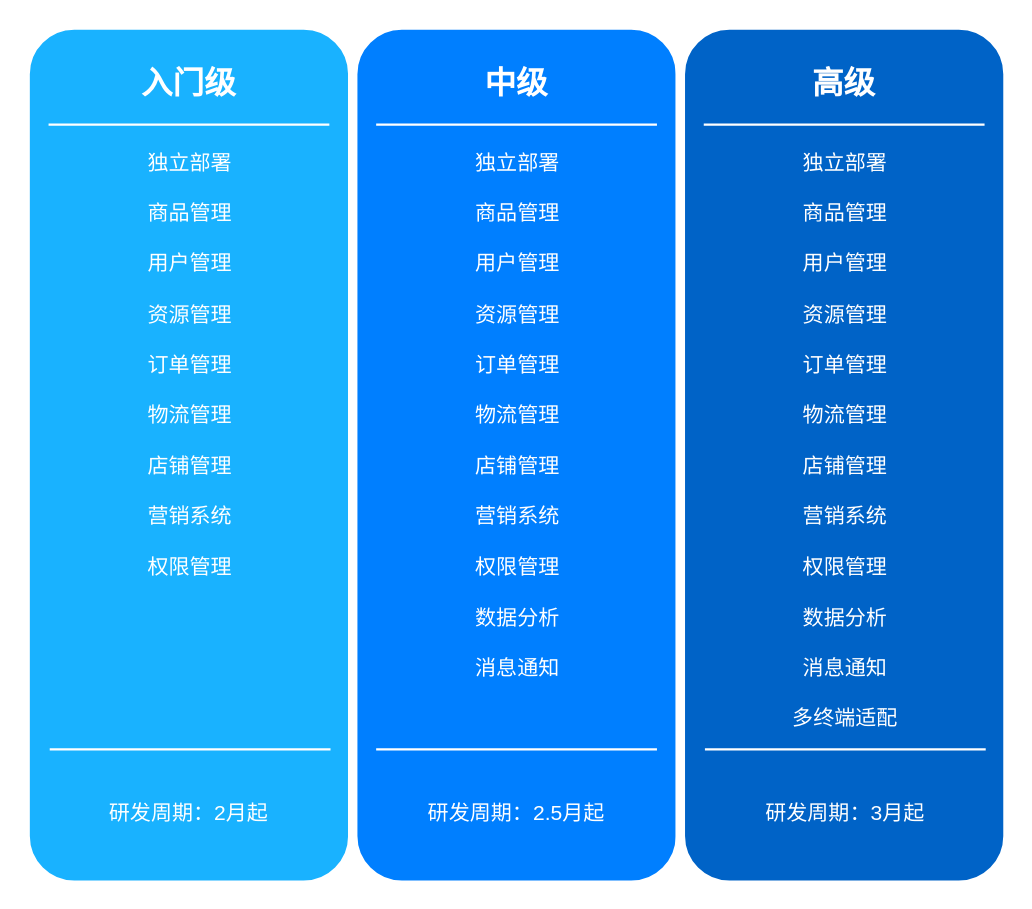
Before: 商城架构分级图.drawio in xiaoming728/draw, a draw.io diagram. Source tidied: cells renumbered, new cells numbered last; positions are measured from the earlier drawing's top-left corner, leaving out a move shared by most shapes. Both pictures are drawn from the tidied source at 117%, with x=0, y=0 at pixel (25, 25).
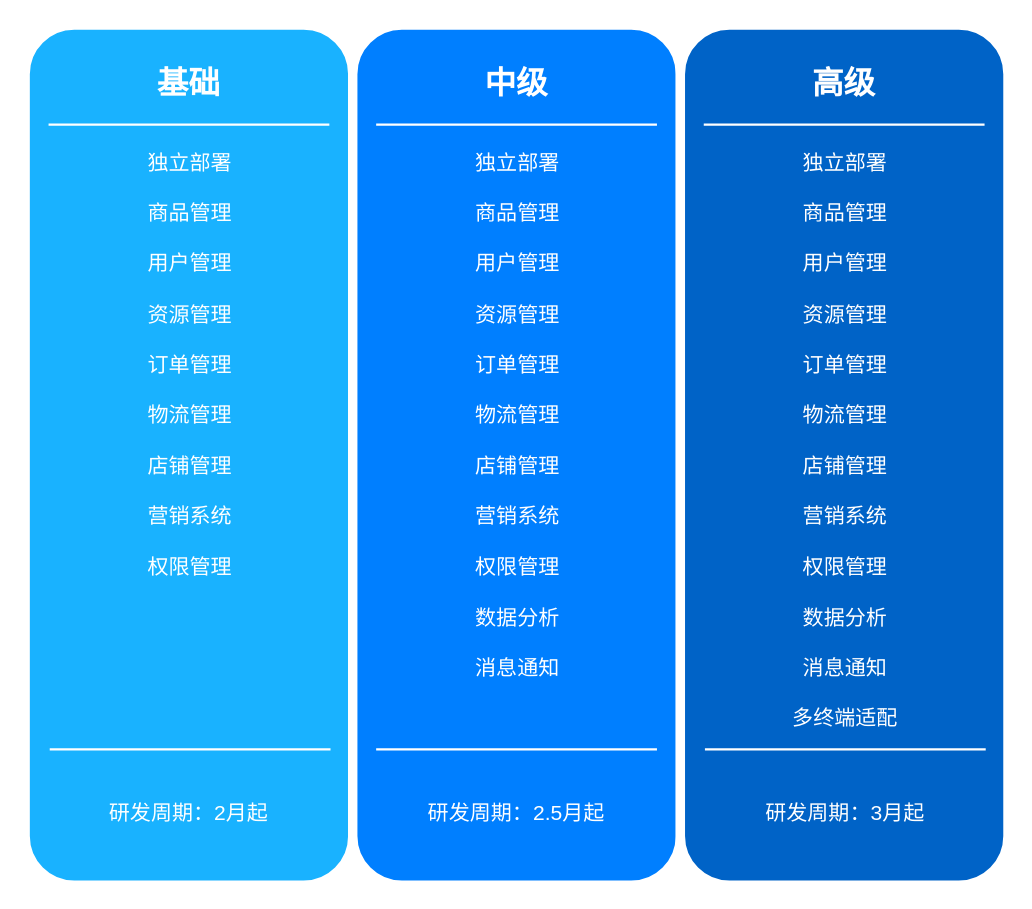
Above is the later version.

Commit message:
更新商城架构分级图.drawio

What changed in the source:
```diff
@@
 <mxGraphModel>
   <root>
     <mxCell id="0" />
     <mxCell id="1" parent="0" />
     <mxCell id="2" style="whiteSpace=wrap;html=1;rounded=1;shadow=0;strokeWidth=8;fontSize=20;align=center;fillColor=#19b2ff;strokeColor=#FFFFFF;" parent="1" vertex="1">
       <mxGeometry width="280" height="735" as="geometry" />
     </mxCell>
-    <mxCell id="3" value="入门级" style="text;html=1;strokeColor=none;fillColor=none;align=center;verticalAlign=middle;whiteSpace=wrap;rounded=0;shadow=0;fontSize=27;fontColor=#FFFFFF;fontStyle=1;" parent="1" vertex="1">
+    <mxCell id="3" value="基础" style="text;html=1;strokeColor=none;fillColor=none;align=center;verticalAlign=middle;whiteSpace=wrap;rounded=0;shadow=0;fontSize=27;fontColor=#FFFFFF;fontStyle=1;" parent="1" vertex="1">
       <mxGeometry y="20" width="280" height="60" as="geometry" />
     </mxCell>
     <mxCell id="4" style="line;strokeWidth=2;html=1;rounded=0;shadow=0;fontSize=27;align=center;fillColor=none;strokeColor=#FFFFFF;" parent="1" vertex="1">
       <mxGeometry x="20" y="80" width="240" height="10" as="geometry" />
     </mxCell>
     <mxCell id="5" style="whiteSpace=wrap;html=1;rounded=1;shadow=0;strokeWidth=8;fontSize=20;align=center;fillColor=#007fff;strokeColor=#FFFFFF;" parent="1" vertex="1">
       <mxGeometry x="280" width="280" height="735" as="geometry" />
     </mxCell>
     <mxCell id="6" value="中级" style="text;html=1;strokeColor=none;fillColor=none;align=center;verticalAlign=middle;whiteSpace=wrap;rounded=0;shadow=0;fontSize=27;fontColor=#FFFFFF;fontStyle=1;" parent="1" vertex="1">
       <mxGeometry x="280" y="20" width="280" height="60" as="geometry" />
     </mxCell>
     <mxCell id="7" style="line;strokeWidth=2;html=1;rounded=0;shadow=0;fontSize=27;align=center;fillColor=none;strokeColor=#FFFFFF;" parent="1" vertex="1">
       <mxGeometry x="300" y="80" width="240" height="10" as="geometry" />
     </mxCell>
     <mxCell id="8" style="whiteSpace=wrap;html=1;rounded=1;shadow=0;strokeWidth=8;fontSize=20;align=center;fillColor=#0063C7;strokeColor=#FFFFFF;" parent="1" vertex="1">
       <mxGeometry x="560" width="280" height="735" as="geometry" />
     </mxCell>
     <mxCell id="9" value="高级" style="text;html=1;strokeColor=none;fillColor=none;align=center;verticalAlign=middle;whiteSpace=wrap;rounded=0;shadow=0;fontSize=27;fontColor=#FFFFFF;fontStyle=1;" parent="1" vertex="1">
       <mxGeometry x="560" y="20" width="280" height="60" as="geometry" />
     </mxCell>
     <mxCell id="10" style="line;strokeWidth=2;html=1;rounded=0;shadow=0;fontSize=27;align=center;fillColor=none;strokeColor=#FFFFFF;" parent="1" vertex="1">
       <mxGeometry x="580" y="80" width="240" height="10" as="geometry" />
     </mxCell>
     <mxCell id="11" value="独立部署&lt;br style=&quot;border-color: var(--border-color); font-size: 18px;&quot;&gt;&lt;br style=&quot;border-color: var(--border-color); font-size: 18px;&quot;&gt;商品管理&lt;br&gt;&lt;br&gt;用户管理&lt;br style=&quot;border-color: var(--border-color);&quot;&gt;&lt;br style=&quot;border-color: var(--border-color);&quot;&gt;资源管理&lt;br style=&quot;border-color: var(--border-color); font-size: 18px;&quot;&gt;&lt;br style=&quot;border-color: var(--border-color); font-size: 18px;&quot;&gt;订单管理&lt;br&gt;&lt;br style=&quot;border-color: var(--border-color);&quot;&gt;物流管理&lt;br style=&quot;border-color: var(--border-color); font-size: 18px;&quot;&gt;&lt;br style=&quot;border-color: var(--border-color); font-size: 18px;&quot;&gt;店铺管理&lt;br style=&quot;border-color: var(--border-color); font-size: 18px;&quot;&gt;&lt;br&gt;营销系统&lt;br style=&quot;border-color: var(--border-color);&quot;&gt;&lt;br style=&quot;border-color: var(--border-color); font-size: 18px;&quot;&gt;权限管理&lt;div&gt;&lt;br&gt;&lt;/div&gt;" style="text;html=1;strokeColor=none;fillColor=none;align=center;verticalAlign=top;whiteSpace=wrap;rounded=0;shadow=0;fontSize=18;fontColor=#FFFFFF;" parent="1" vertex="1">
       <mxGeometry x="1" y="101" width="280" height="295" as="geometry" />
     </mxCell>
     <mxCell id="12" value="独立部署&lt;br style=&quot;border-color: var(--border-color); font-size: 18px;&quot;&gt;&lt;br style=&quot;border-color: var(--border-color); font-size: 18px;&quot;&gt;商品管理&lt;br&gt;&lt;br&gt;用户管理&lt;br style=&quot;border-color: var(--border-color);&quot;&gt;&lt;br style=&quot;border-color: var(--border-color);&quot;&gt;资源管理&lt;br style=&quot;border-color: var(--border-color); font-size: 18px;&quot;&gt;&lt;br style=&quot;border-color: var(--border-color); font-size: 18px;&quot;&gt;订单管理&lt;br&gt;&lt;br style=&quot;border-color: var(--border-color);&quot;&gt;物流管理&lt;br style=&quot;border-color: var(--border-color); font-size: 18px;&quot;&gt;&lt;br&gt;店铺管理&lt;br&gt;&lt;br&gt;营销系统&lt;br style=&quot;border-color: var(--border-color);&quot;&gt;&lt;br style=&quot;border-color: var(--border-color); font-size: 18px;&quot;&gt;权限管理&lt;br style=&quot;font-size: 18px;&quot;&gt;&lt;br style=&quot;font-size: 18px;&quot;&gt;数据分析&lt;br&gt;&lt;br&gt;消息通知" style="text;html=1;strokeColor=none;fillColor=none;align=center;verticalAlign=top;whiteSpace=wrap;rounded=0;shadow=0;fontSize=18;fontColor=#FFFFFF;" parent="1" vertex="1">
       <mxGeometry x="281" y="101" width="280" height="295" as="geometry" />
     </mxCell>
     <mxCell id="13" value="独立部署&lt;br style=&quot;border-color: var(--border-color); font-size: 18px;&quot;&gt;&lt;br style=&quot;border-color: var(--border-color); font-size: 18px;&quot;&gt;商品管理&lt;br&gt;&lt;br&gt;用户管理&lt;br&gt;&lt;br&gt;资源管理&lt;br style=&quot;border-color: var(--border-color); font-size: 18px;&quot;&gt;&lt;br style=&quot;border-color: var(--border-color); font-size: 18px;&quot;&gt;订单管理&lt;br&gt;&lt;br&gt;物流管理&lt;br style=&quot;border-color: var(--border-color); font-size: 18px;&quot;&gt;&lt;br style=&quot;border-color: var(--border-color); font-size: 18px;&quot;&gt;店铺管理&lt;br style=&quot;border-color: var(--border-color);&quot;&gt;&lt;br&gt;营销系统&lt;br style=&quot;border-color: var(--border-color); font-size: 18px;&quot;&gt;&lt;br style=&quot;border-color: var(--border-color); font-size: 18px;&quot;&gt;权限管理&lt;br style=&quot;font-size: 18px;&quot;&gt;&lt;br style=&quot;font-size: 18px;&quot;&gt;数据分析&lt;br&gt;&lt;br&gt;消息通知&lt;br style=&quot;border-color: var(--border-color);&quot;&gt;&lt;br&gt;多终端适配&lt;div&gt;&lt;br&gt;&lt;/div&gt;" style="text;html=1;strokeColor=none;fillColor=none;align=center;verticalAlign=top;whiteSpace=wrap;rounded=0;shadow=0;fontSize=18;fontColor=#FFFFFF;" parent="1" vertex="1">
       <mxGeometry x="561" y="101" width="280" height="294" as="geometry" />
     </mxCell>
     <mxCell id="14" style="line;strokeWidth=2;html=1;rounded=0;shadow=0;fontSize=27;align=center;fillColor=none;strokeColor=#FFFFFF;" parent="1" vertex="1">
       <mxGeometry x="21" y="614" width="240" height="10" as="geometry" />
     </mxCell>
     <mxCell id="15" style="line;strokeWidth=2;html=1;rounded=0;shadow=0;fontSize=27;align=center;fillColor=none;strokeColor=#FFFFFF;" parent="1" vertex="1">
       <mxGeometry x="581" y="614" width="240" height="10" as="geometry" />
     </mxCell>
     <mxCell id="16" style="line;strokeWidth=2;html=1;rounded=0;shadow=0;fontSize=27;align=center;fillColor=none;strokeColor=#FFFFFF;" parent="1" vertex="1">
       <mxGeometry x="300" y="614" width="240" height="10" as="geometry" />
     </mxCell>
     <mxCell id="17" value="研发周期：3月起" style="text;html=1;strokeColor=none;fillColor=none;align=center;verticalAlign=middle;whiteSpace=wrap;rounded=0;shadow=0;fontSize=18;fontColor=#FFFFFF;" parent="1" vertex="1">
       <mxGeometry x="561" y="624" width="280" height="100" as="geometry" />
     </mxCell>
     <mxCell id="18" value="研发周期：2月起" style="text;html=1;strokeColor=none;fillColor=none;align=center;verticalAlign=middle;whiteSpace=wrap;rounded=0;shadow=0;fontSize=18;fontColor=#FFFFFF;" parent="1" vertex="1">
       <mxGeometry y="624" width="280" height="100" as="geometry" />
     </mxCell>
     <mxCell id="19" value="研发周期：2.5月起" style="text;html=1;strokeColor=none;fillColor=none;align=center;verticalAlign=middle;whiteSpace=wrap;rounded=0;shadow=0;fontSize=18;fontColor=#FFFFFF;" parent="1" vertex="1">
       <mxGeometry x="280" y="624" width="280" height="100" as="geometry" />
     </mxCell>
   </root>
 </mxGraphModel>
```
